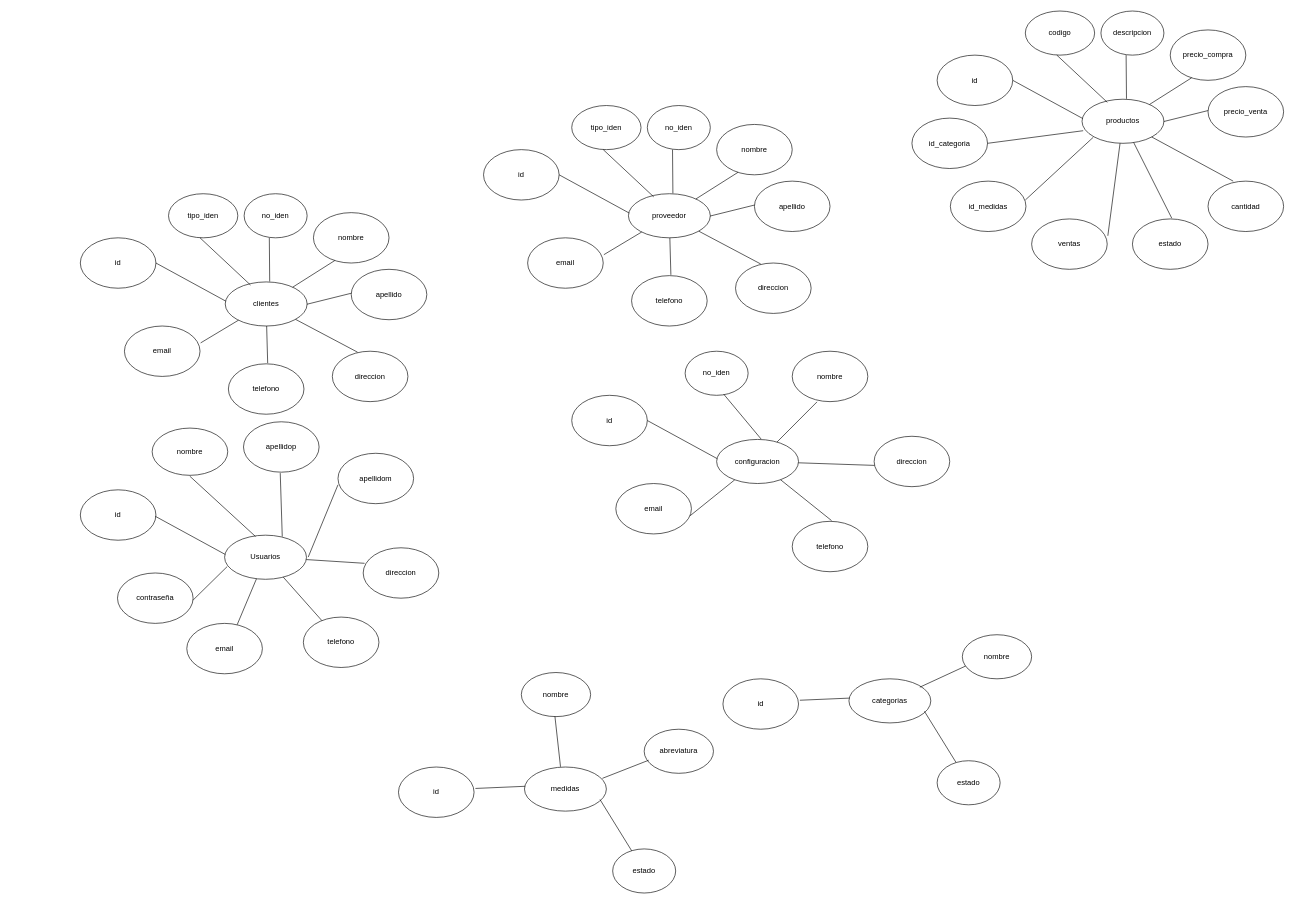
Before: page "Página-1" (1 of 2) of Proyecto_Desarrollo.drawio in Memo231823/ProyectoP, a draw.io diagram. Source tidied: cells renumbered, new cells numbered last; positions are measured from the earlier drawing's top-left corner, leaving out a move shared by most shapes. Both pictures are drawn from the tidied source at 63%, with x=0, y=0 at pixel (80, 11).
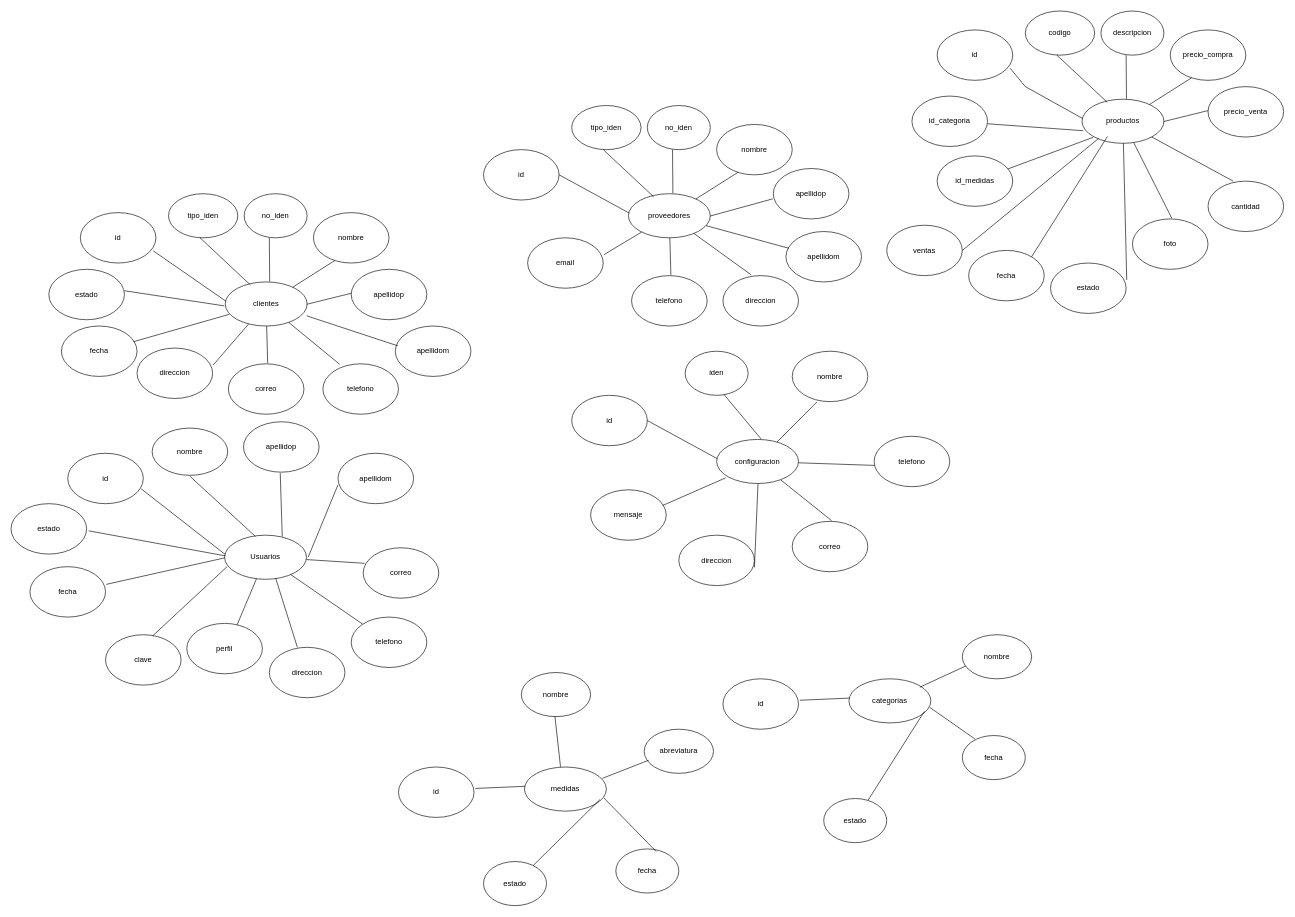
After the change.

Unchanged cells that the change refers to:
```xml
<mxCell id="2" value="Usuarios" style="ellipse;whiteSpace=wrap;html=1;" parent="1" vertex="1">
  <mxGeometry x="229" y="832" width="130" height="70" as="geometry" />
</mxCell>
<mxCell id="16" value="clientes" style="ellipse;whiteSpace=wrap;html=1;" parent="1" vertex="1">
  <mxGeometry x="230" y="430" width="130" height="70" as="geometry" />
</mxCell>
<mxCell id="50" value="configuracion" style="ellipse;whiteSpace=wrap;html=1;" parent="1" vertex="1">
  <mxGeometry x="1010" y="680" width="130" height="70" as="geometry" />
</mxCell>
<mxCell id="63" value="categorias" style="ellipse;whiteSpace=wrap;html=1;" parent="1" vertex="1">
  <mxGeometry x="1220" y="1060" width="130" height="70" as="geometry" />
</mxCell>
<mxCell id="70" value="medidas" style="ellipse;whiteSpace=wrap;html=1;" parent="1" vertex="1">
  <mxGeometry x="705" y="1200" width="130" height="70" as="geometry" />
</mxCell>
<mxCell id="79" value="productos" style="ellipse;whiteSpace=wrap;html=1;" parent="1" vertex="1">
  <mxGeometry x="1590" y="140" width="130" height="70" as="geometry" />
</mxCell>
```

Change to the diagram source:
```diff
@@
-    <mxCell id="5" value="direccion" style="ellipse;whiteSpace=wrap;html=1;" parent="1" vertex="1">
+    <mxCell id="5" value="correo" style="ellipse;whiteSpace=wrap;html=1;" parent="1" vertex="1">
       <mxGeometry x="449" y="852" width="120" height="80" as="geometry" />
     </mxCell>
     <mxCell id="6" value="telefono" style="ellipse;whiteSpace=wrap;html=1;" parent="1" vertex="1">
-      <mxGeometry x="354" y="962" width="120" height="80" as="geometry" />
+      <mxGeometry x="430" y="962" width="120" height="80" as="geometry" />
     </mxCell>
-    <mxCell id="7" value="email" style="ellipse;whiteSpace=wrap;html=1;" parent="1" vertex="1">
+    <mxCell id="7" value="perfil" style="ellipse;whiteSpace=wrap;html=1;" parent="1" vertex="1">
       <mxGeometry x="169" y="972" width="120" height="80" as="geometry" />
     </mxCell>
-    <mxCell id="8" value="contraseña" style="ellipse;whiteSpace=wrap;html=1;" parent="1" vertex="1">
-      <mxGeometry x="59" y="892" width="120" height="80" as="geometry" />
+    <mxCell id="8" value="clave" style="ellipse;whiteSpace=wrap;html=1;" parent="1" vertex="1">
+      <mxGeometry x="40" y="990" width="120" height="80" as="geometry" />
     </mxCell>
@@
     <mxCell id="11" value="id" style="ellipse;whiteSpace=wrap;html=1;" parent="1" vertex="1">
-      <mxGeometry y="760" width="120" height="80" as="geometry" />
+      <mxGeometry x="-20" y="702" width="120" height="80" as="geometry" />
     </mxCell>
@@
-    <mxCell id="14" style="endArrow=none;html=1;rounded=0;exitX=0.032;exitY=0.711;exitDx=0;exitDy=0;exitPerimeter=0;" parent="1" edge="1" source="2">
-      <mxGeometry relative="1" as="geometry">
-        <mxPoint x="179" y="935" as="targetPoint" />
-      </mxGeometry>
+    <mxCell id="14" style="endArrow=none;html=1;rounded=0;exitX=0.032;exitY=0.711;exitDx=0;exitDy=0;exitPerimeter=0;entryX=0.624;entryY=0.022;entryDx=0;entryDy=0;entryPerimeter=0;" parent="1" edge="1" source="2" target="8">
+      <mxGeometry relative="1" as="geometry" />
     </mxCell>
-    <mxCell id="15" style="endArrow=none;html=1;rounded=0;exitX=0.008;exitY=0.437;exitDx=0;exitDy=0;exitPerimeter=0;" parent="1" edge="1" source="2">
-      <mxGeometry relative="1" as="geometry">
-        <mxPoint x="119" y="802" as="targetPoint" />
-      </mxGeometry>
+    <mxCell id="15" style="endArrow=none;html=1;rounded=0;exitX=0.008;exitY=0.437;exitDx=0;exitDy=0;exitPerimeter=0;entryX=0.972;entryY=0.706;entryDx=0;entryDy=0;entryPerimeter=0;" parent="1" edge="1" source="2" target="11">
+      <mxGeometry relative="1" as="geometry" />
     </mxCell>
@@
-    <mxCell id="20" value="apellido" style="ellipse;whiteSpace=wrap;html=1;" parent="1" vertex="1">
+    <mxCell id="20" value="apellidop" style="ellipse;whiteSpace=wrap;html=1;" parent="1" vertex="1">
       <mxGeometry x="430" y="410" width="120" height="80" as="geometry" />
     </mxCell>
-    <mxCell id="21" value="direccion" style="ellipse;whiteSpace=wrap;html=1;" parent="1" vertex="1">
-      <mxGeometry x="400" y="540" width="120" height="80" as="geometry" />
+    <mxCell id="21" value="telefono" style="ellipse;whiteSpace=wrap;html=1;" parent="1" vertex="1">
+      <mxGeometry x="385" y="560" width="120" height="80" as="geometry" />
     </mxCell>
-    <mxCell id="22" value="telefono" style="ellipse;whiteSpace=wrap;html=1;" parent="1" vertex="1">
+    <mxCell id="22" value="correo" style="ellipse;whiteSpace=wrap;html=1;" parent="1" vertex="1">
       <mxGeometry x="235" y="560" width="120" height="80" as="geometry" />
     </mxCell>
-    <mxCell id="23" value="email" style="ellipse;whiteSpace=wrap;html=1;" parent="1" vertex="1">
-      <mxGeometry x="70" y="500" width="120" height="80" as="geometry" />
+    <mxCell id="23" value="direccion" style="ellipse;whiteSpace=wrap;html=1;" parent="1" vertex="1">
+      <mxGeometry x="90" y="535" width="120" height="80" as="geometry" />
     </mxCell>
@@
-    <mxCell id="26" style="endArrow=none;html=1;rounded=0;" parent="1" edge="1" source="16">
-      <mxGeometry relative="1" as="geometry">
-        <mxPoint x="440" y="541.5" as="targetPoint" />
-      </mxGeometry>
+    <mxCell id="26" style="endArrow=none;html=1;rounded=0;entryX=0.223;entryY=0.01;entryDx=0;entryDy=0;entryPerimeter=0;" parent="1" edge="1" source="16" target="21">
+      <mxGeometry relative="1" as="geometry" />
     </mxCell>
     <mxCell id="27" value="id" style="ellipse;whiteSpace=wrap;html=1;" parent="1" vertex="1">
-      <mxGeometry y="360" width="120" height="80" as="geometry" />
+      <mxGeometry y="320" width="120" height="80" as="geometry" />
     </mxCell>
@@
-    <mxCell id="30" style="endArrow=none;html=1;rounded=0;exitX=0.008;exitY=0.437;exitDx=0;exitDy=0;exitPerimeter=0;" parent="1" edge="1" source="16">
-      <mxGeometry relative="1" as="geometry">
-        <mxPoint x="120" y="400" as="targetPoint" />
-      </mxGeometry>
+    <mxCell id="30" style="endArrow=none;html=1;rounded=0;exitX=0.008;exitY=0.437;exitDx=0;exitDy=0;exitPerimeter=0;entryX=0.964;entryY=0.758;entryDx=0;entryDy=0;entryPerimeter=0;" parent="1" edge="1" source="16" target="27">
+      <mxGeometry relative="1" as="geometry" />
     </mxCell>
@@
-    <mxCell id="33" value="proveedor" style="ellipse;whiteSpace=wrap;html=1;" parent="1" vertex="1">
+    <mxCell id="33" value="proveedores" style="ellipse;whiteSpace=wrap;html=1;" parent="1" vertex="1">
       <mxGeometry x="870" y="290" width="130" height="70" as="geometry" />
     </mxCell>
@@
-    <mxCell id="37" value="apellido" style="ellipse;whiteSpace=wrap;html=1;" parent="1" vertex="1">
-      <mxGeometry x="1070" y="270" width="120" height="80" as="geometry" />
+    <mxCell id="37" value="apellidop" style="ellipse;whiteSpace=wrap;html=1;" parent="1" vertex="1">
+      <mxGeometry x="1100" y="250" width="120" height="80" as="geometry" />
     </mxCell>
     <mxCell id="38" value="direccion" style="ellipse;whiteSpace=wrap;html=1;" parent="1" vertex="1">
-      <mxGeometry x="1040" y="400" width="120" height="80" as="geometry" />
+      <mxGeometry x="1020" y="420" width="120" height="80" as="geometry" />
     </mxCell>
@@
-    <mxCell id="42" style="endArrow=none;html=1;rounded=0;exitX=0.998;exitY=0.506;exitDx=0;exitDy=0;exitPerimeter=0;" parent="1" edge="1" source="33">
-      <mxGeometry relative="1" as="geometry">
-        <mxPoint x="1070" y="308" as="targetPoint" />
-      </mxGeometry>
+    <mxCell id="42" style="endArrow=none;html=1;rounded=0;exitX=0.998;exitY=0.506;exitDx=0;exitDy=0;exitPerimeter=0;entryX=-0.008;entryY=0.602;entryDx=0;entryDy=0;entryPerimeter=0;" parent="1" edge="1" source="33" target="37">
+      <mxGeometry relative="1" as="geometry" />
     </mxCell>
-    <mxCell id="43" style="endArrow=none;html=1;rounded=0;" parent="1" edge="1" source="33">
-      <mxGeometry relative="1" as="geometry">
-        <mxPoint x="1080" y="401.5" as="targetPoint" />
-      </mxGeometry>
+    <mxCell id="43" style="endArrow=none;html=1;rounded=0;entryX=0.374;entryY=-0.015;entryDx=0;entryDy=0;entryPerimeter=0;" parent="1" edge="1" source="33" target="38">
+      <mxGeometry relative="1" as="geometry" />
     </mxCell>
@@
-    <mxCell id="51" value="no_iden" style="ellipse;whiteSpace=wrap;html=1;" parent="1" vertex="1">
+    <mxCell id="51" value="iden" style="ellipse;whiteSpace=wrap;html=1;" parent="1" vertex="1">
       <mxGeometry x="960" y="540" width="100" height="70" as="geometry" />
     </mxCell>
@@
-    <mxCell id="53" value="direccion" style="ellipse;whiteSpace=wrap;html=1;" parent="1" vertex="1">
+    <mxCell id="53" value="telefono" style="ellipse;whiteSpace=wrap;html=1;" parent="1" vertex="1">
       <mxGeometry x="1260" y="675" width="120" height="80" as="geometry" />
     </mxCell>
-    <mxCell id="54" value="telefono" style="ellipse;whiteSpace=wrap;html=1;" parent="1" vertex="1">
+    <mxCell id="54" value="correo" style="ellipse;whiteSpace=wrap;html=1;" parent="1" vertex="1">
       <mxGeometry x="1130" y="810" width="120" height="80" as="geometry" />
     </mxCell>
-    <mxCell id="55" value="email" style="ellipse;whiteSpace=wrap;html=1;" parent="1" vertex="1">
-      <mxGeometry x="850" y="750" width="120" height="80" as="geometry" />
+    <mxCell id="55" value="direccion" style="ellipse;whiteSpace=wrap;html=1;" parent="1" vertex="1">
+      <mxGeometry x="950" y="832" width="120" height="80" as="geometry" />
     </mxCell>
@@
-    <mxCell id="60" style="endArrow=none;html=1;rounded=0;entryX=0.982;entryY=0.64;entryDx=0;entryDy=0;entryPerimeter=0;" parent="1" edge="1" source="50" target="55">
-      <mxGeometry relative="1" as="geometry" />
+    <mxCell id="60" style="endArrow=none;html=1;rounded=0;entryX=0.982;entryY=0.64;entryDx=0;entryDy=0;entryPerimeter=0;" parent="1" edge="1">
+      <mxGeometry relative="1" as="geometry">
+        <mxPoint x="1075.7" y="750" as="sourcePoint" />
+        <mxPoint x="1070" y="883.2" as="targetPoint" />
+      </mxGeometry>
     </mxCell>
@@
     <mxCell id="65" value="estado" style="ellipse;whiteSpace=wrap;html=1;" parent="1" vertex="1">
-      <mxGeometry x="1360" y="1190" width="100" height="70" as="geometry" />
+      <mxGeometry x="1180" y="1250" width="100" height="70" as="geometry" />
     </mxCell>
@@
     <mxCell id="72" value="estado" style="ellipse;whiteSpace=wrap;html=1;" parent="1" vertex="1">
-      <mxGeometry x="845" y="1330" width="100" height="70" as="geometry" />
+      <mxGeometry x="640" y="1350" width="100" height="70" as="geometry" />
     </mxCell>
@@
-    <mxCell id="85" value="estado" style="ellipse;whiteSpace=wrap;html=1;" parent="1" vertex="1">
+    <mxCell id="85" value="foto" style="ellipse;whiteSpace=wrap;html=1;" parent="1" vertex="1">
       <mxGeometry x="1670" y="330" width="120" height="80" as="geometry" />
     </mxCell>
-    <mxCell id="86" value="ventas" style="ellipse;whiteSpace=wrap;html=1;" parent="1" vertex="1">
-      <mxGeometry x="1510" y="330" width="120" height="80" as="geometry" />
+    <mxCell id="86" value="estado" style="ellipse;whiteSpace=wrap;html=1;" parent="1" vertex="1">
+      <mxGeometry x="1540" y="400" width="120" height="80" as="geometry" />
     </mxCell>
@@
     <mxCell id="90" value="id" style="ellipse;whiteSpace=wrap;html=1;" parent="1" vertex="1">
-      <mxGeometry x="1360" y="70" width="120" height="80" as="geometry" />
+      <mxGeometry x="1360" y="30" width="120" height="80" as="geometry" />
     </mxCell>
@@
-    <mxCell id="93" style="endArrow=none;html=1;rounded=0;exitX=0.008;exitY=0.437;exitDx=0;exitDy=0;exitPerimeter=0;" parent="1" edge="1" source="79">
+    <mxCell id="93" style="endArrow=none;html=1;rounded=0;exitX=0.008;exitY=0.437;exitDx=0;exitDy=0;exitPerimeter=0;entryX=0.967;entryY=0.762;entryDx=0;entryDy=0;entryPerimeter=0;" parent="1" edge="1" source="79" target="90">
       <mxGeometry relative="1" as="geometry">
-        <mxPoint x="1480" y="110" as="targetPoint" />
+        <Array as="points">
+          <mxPoint x="1500" y="120" />
+        </Array>
       </mxGeometry>
     </mxCell>
@@
     <mxCell id="96" value="id_medidas" style="ellipse;whiteSpace=wrap;html=1;" parent="1" vertex="1">
-      <mxGeometry x="1381" y="270" width="120" height="80" as="geometry" />
+      <mxGeometry x="1360" y="230" width="120" height="80" as="geometry" />
     </mxCell>
-    <mxCell id="97" style="endArrow=none;html=1;rounded=0;entryX=1.008;entryY=0.335;entryDx=0;entryDy=0;entryPerimeter=0;exitX=0.137;exitY=0.863;exitDx=0;exitDy=0;exitPerimeter=0;" parent="1" edge="1" source="79">
-      <mxGeometry relative="1" as="geometry">
-        <mxPoint x="1500" y="300" as="targetPoint" />
-      </mxGeometry>
+    <mxCell id="97" style="endArrow=none;html=1;rounded=0;exitX=0.137;exitY=0.863;exitDx=0;exitDy=0;exitPerimeter=0;" parent="1" edge="1" source="79" target="96">
+      <mxGeometry relative="1" as="geometry" />
     </mxCell>
     <mxCell id="98" value="id_categoria" style="ellipse;whiteSpace=wrap;html=1;" parent="1" vertex="1">
-      <mxGeometry x="1320" y="170" width="120" height="80" as="geometry" />
+      <mxGeometry x="1320" y="135" width="120" height="80" as="geometry" />
     </mxCell>
-    <mxCell id="99" style="endArrow=none;html=1;rounded=0;entryX=1.008;entryY=0.335;entryDx=0;entryDy=0;entryPerimeter=0;exitX=0.014;exitY=0.714;exitDx=0;exitDy=0;exitPerimeter=0;" parent="1" edge="1" source="79">
-      <mxGeometry relative="1" as="geometry">
-        <mxPoint x="1440" y="210" as="targetPoint" />
-      </mxGeometry>
+    <mxCell id="99" style="endArrow=none;html=1;rounded=0;exitX=0.014;exitY=0.714;exitDx=0;exitDy=0;exitPerimeter=0;" parent="1" edge="1" source="79" target="98">
+      <mxGeometry relative="1" as="geometry" />
     </mxCell>
@@
+    <mxCell id="103" value="direccion" style="ellipse;whiteSpace=wrap;html=1;" parent="1" vertex="1">
+      <mxGeometry x="300" y="1010" width="120" height="80" as="geometry" />
+    </mxCell>
+    <mxCell id="104" style="endArrow=none;html=1;rounded=0;exitX=0.623;exitY=0.971;exitDx=0;exitDy=0;exitPerimeter=0;" parent="1" edge="1" source="2">
+      <mxGeometry relative="1" as="geometry">
+        <mxPoint x="344.5" y="1010" as="targetPoint" />
+      </mxGeometry>
+    </mxCell>
+    <mxCell id="105" value="fecha" style="ellipse;whiteSpace=wrap;html=1;" parent="1" vertex="1">
+      <mxGeometry x="-80" y="882" width="120" height="80" as="geometry" />
+    </mxCell>
+    <mxCell id="106" style="endArrow=none;html=1;rounded=0;entryX=1.009;entryY=0.351;entryDx=0;entryDy=0;entryPerimeter=0;exitX=0.002;exitY=0.514;exitDx=0;exitDy=0;exitPerimeter=0;" parent="1" edge="1" source="2" target="105">
+      <mxGeometry relative="1" as="geometry" />
+    </mxCell>
+    <mxCell id="107" value="estado" style="ellipse;whiteSpace=wrap;html=1;" parent="1" vertex="1">
+      <mxGeometry x="-110" y="782" width="120" height="80" as="geometry" />
+    </mxCell>
+    <mxCell id="108" style="endArrow=none;html=1;rounded=0;entryX=1.028;entryY=0.539;entryDx=0;entryDy=0;entryPerimeter=0;exitX=0.008;exitY=0.469;exitDx=0;exitDy=0;exitPerimeter=0;" parent="1" edge="1" source="2" target="107">
+      <mxGeometry relative="1" as="geometry" />
+    </mxCell>
+    <mxCell id="109" value="fecha" style="ellipse;whiteSpace=wrap;html=1;" parent="1" vertex="1">
+      <mxGeometry x="-30" y="500" width="120" height="80" as="geometry" />
+    </mxCell>
+    <mxCell id="110" value="estado" style="ellipse;whiteSpace=wrap;html=1;" parent="1" vertex="1">
+      <mxGeometry x="-50" y="410" width="120" height="80" as="geometry" />
+    </mxCell>
+    <mxCell id="111" style="endArrow=none;html=1;rounded=0;entryX=1.008;entryY=0.335;entryDx=0;entryDy=0;entryPerimeter=0;exitX=0.049;exitY=0.735;exitDx=0;exitDy=0;exitPerimeter=0;" parent="1" edge="1" source="16">
+      <mxGeometry relative="1" as="geometry">
+        <mxPoint x="84" y="525" as="targetPoint" />
+      </mxGeometry>
+    </mxCell>
+    <mxCell id="112" style="endArrow=none;html=1;rounded=0;entryX=1.008;entryY=0.335;entryDx=0;entryDy=0;entryPerimeter=0;exitX=-0.012;exitY=0.543;exitDx=0;exitDy=0;exitPerimeter=0;" parent="1" edge="1" source="16">
+      <mxGeometry relative="1" as="geometry">
+        <mxPoint x="70" y="444" as="targetPoint" />
+      </mxGeometry>
+    </mxCell>
+    <mxCell id="113" value="apellidom" style="ellipse;whiteSpace=wrap;html=1;" parent="1" vertex="1">
+      <mxGeometry x="500" y="500" width="120" height="80" as="geometry" />
+    </mxCell>
+    <mxCell id="114" style="endArrow=none;html=1;rounded=0;exitX=0.995;exitY=0.769;exitDx=0;exitDy=0;exitPerimeter=0;" parent="1" edge="1" source="16">
+      <mxGeometry relative="1" as="geometry">
+        <mxPoint x="504" y="531.5" as="targetPoint" />
+      </mxGeometry>
+    </mxCell>
+    <mxCell id="115" value="apellidom" style="ellipse;whiteSpace=wrap;html=1;" parent="1" vertex="1">
+      <mxGeometry x="1120" y="350" width="120" height="80" as="geometry" />
+    </mxCell>
+    <mxCell id="116" style="endArrow=none;html=1;rounded=0;entryX=-0.008;entryY=0.602;entryDx=0;entryDy=0;entryPerimeter=0;" parent="1" edge="1" source="33">
+      <mxGeometry relative="1" as="geometry">
+        <mxPoint x="1124.5" y="376.5" as="targetPoint" />
+      </mxGeometry>
+    </mxCell>
+    <mxCell id="117" value="fecha" style="ellipse;whiteSpace=wrap;html=1;" parent="1" vertex="1">
+      <mxGeometry x="1410" y="380" width="120" height="80" as="geometry" />
+    </mxCell>
+    <mxCell id="118" style="endArrow=none;html=1;rounded=0;exitX=0.387;exitY=0.989;exitDx=0;exitDy=0;exitPerimeter=0;" parent="1" edge="1">
+      <mxGeometry relative="1" as="geometry">
+        <mxPoint x="1630.3" y="199.2" as="sourcePoint" />
+        <mxPoint x="1510" y="390" as="targetPoint" />
+      </mxGeometry>
+    </mxCell>
+    <mxCell id="119" value="ventas" style="ellipse;whiteSpace=wrap;html=1;" parent="1" vertex="1">
+      <mxGeometry x="1280" y="340" width="120" height="80" as="geometry" />
+    </mxCell>
+    <mxCell id="120" style="endArrow=none;html=1;rounded=0;exitX=0.204;exitY=0.887;exitDx=0;exitDy=0;exitPerimeter=0;" parent="1" edge="1" source="79">
+      <mxGeometry relative="1" as="geometry">
+        <mxPoint x="1400" y="380" as="targetPoint" />
+      </mxGeometry>
+    </mxCell>
+    <mxCell id="121" value="fecha" style="ellipse;whiteSpace=wrap;html=1;" parent="1" vertex="1">
+      <mxGeometry x="850" y="1330" width="100" height="70" as="geometry" />
+    </mxCell>
+    <mxCell id="122" style="endArrow=none;html=1;rounded=0;exitX=0.968;exitY=0.699;exitDx=0;exitDy=0;exitPerimeter=0;" parent="1" edge="1" source="70">
+      <mxGeometry relative="1" as="geometry">
+        <mxPoint x="914" y="1334" as="targetPoint" />
+      </mxGeometry>
+    </mxCell>
+    <mxCell id="123" value="fecha" style="ellipse;whiteSpace=wrap;html=1;" parent="1" vertex="1">
+      <mxGeometry x="1400" y="1150" width="100" height="70" as="geometry" />
+    </mxCell>
+    <mxCell id="124" style="endArrow=none;html=1;rounded=0;exitX=0.987;exitY=0.647;exitDx=0;exitDy=0;exitPerimeter=0;" parent="1" edge="1" source="63">
+      <mxGeometry relative="1" as="geometry">
+        <mxPoint x="1420" y="1155.5" as="targetPoint" />
+      </mxGeometry>
+    </mxCell>
+    <mxCell id="125" value="mensaje" style="ellipse;whiteSpace=wrap;html=1;" parent="1" vertex="1">
+      <mxGeometry x="810" y="760" width="120" height="80" as="geometry" />
+    </mxCell>
+    <mxCell id="126" style="endArrow=none;html=1;rounded=0;entryX=0.982;entryY=0.64;entryDx=0;entryDy=0;entryPerimeter=0;exitX=0.111;exitY=0.871;exitDx=0;exitDy=0;exitPerimeter=0;" parent="1" edge="1" source="50">
+      <mxGeometry relative="1" as="geometry">
+        <mxPoint x="924" y="785" as="targetPoint" />
+      </mxGeometry>
+    </mxCell>
```
